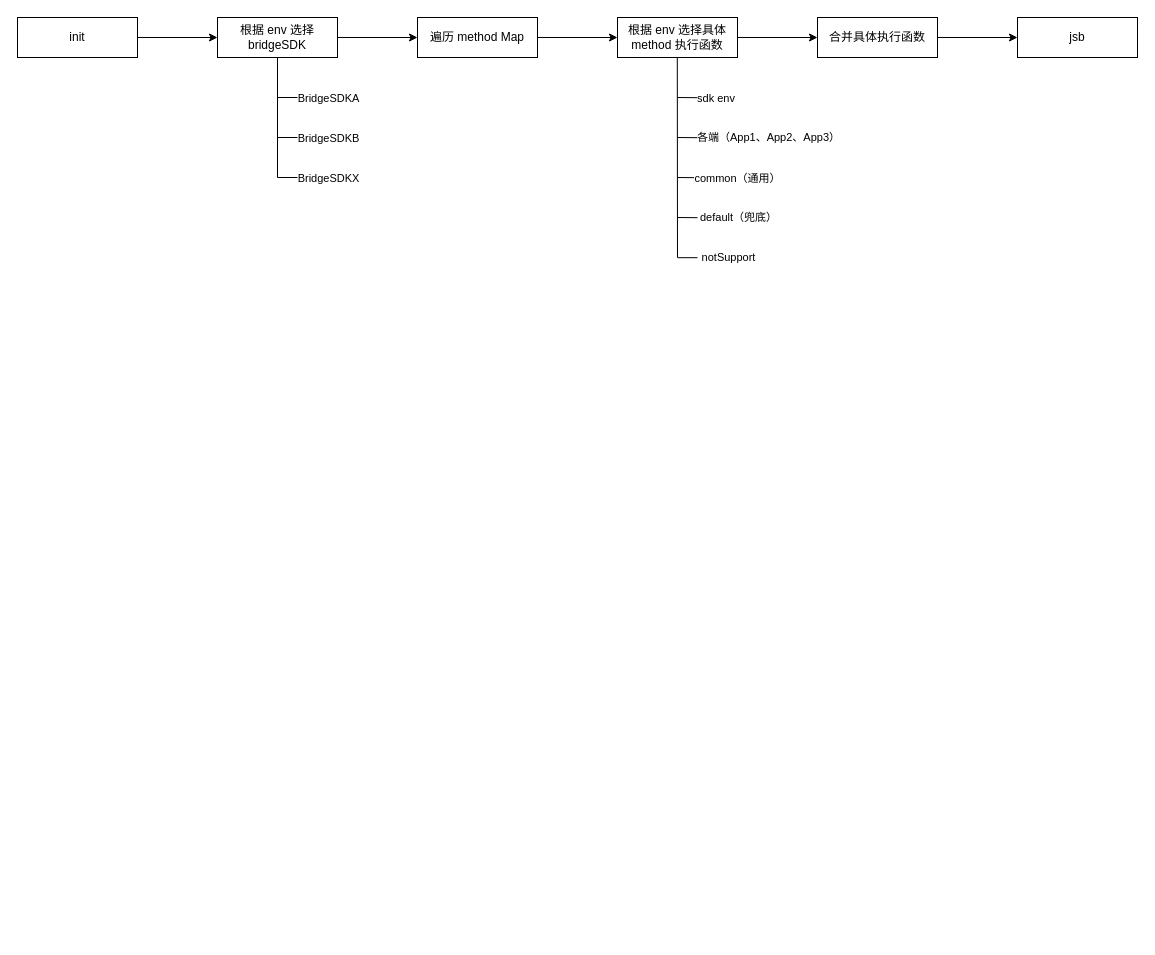
This is JSBridge.drawio from W4yneChen/draw, a draw.io file, before an edit. Source tidied: cells renumbered, new cells numbered last; positions are measured from the earlier drawing's top-left corner, leaving out a move shared by most shapes. Both pictures are drawn from the tidied source at 100%, with x=0, y=0 at pixel (17, 17).
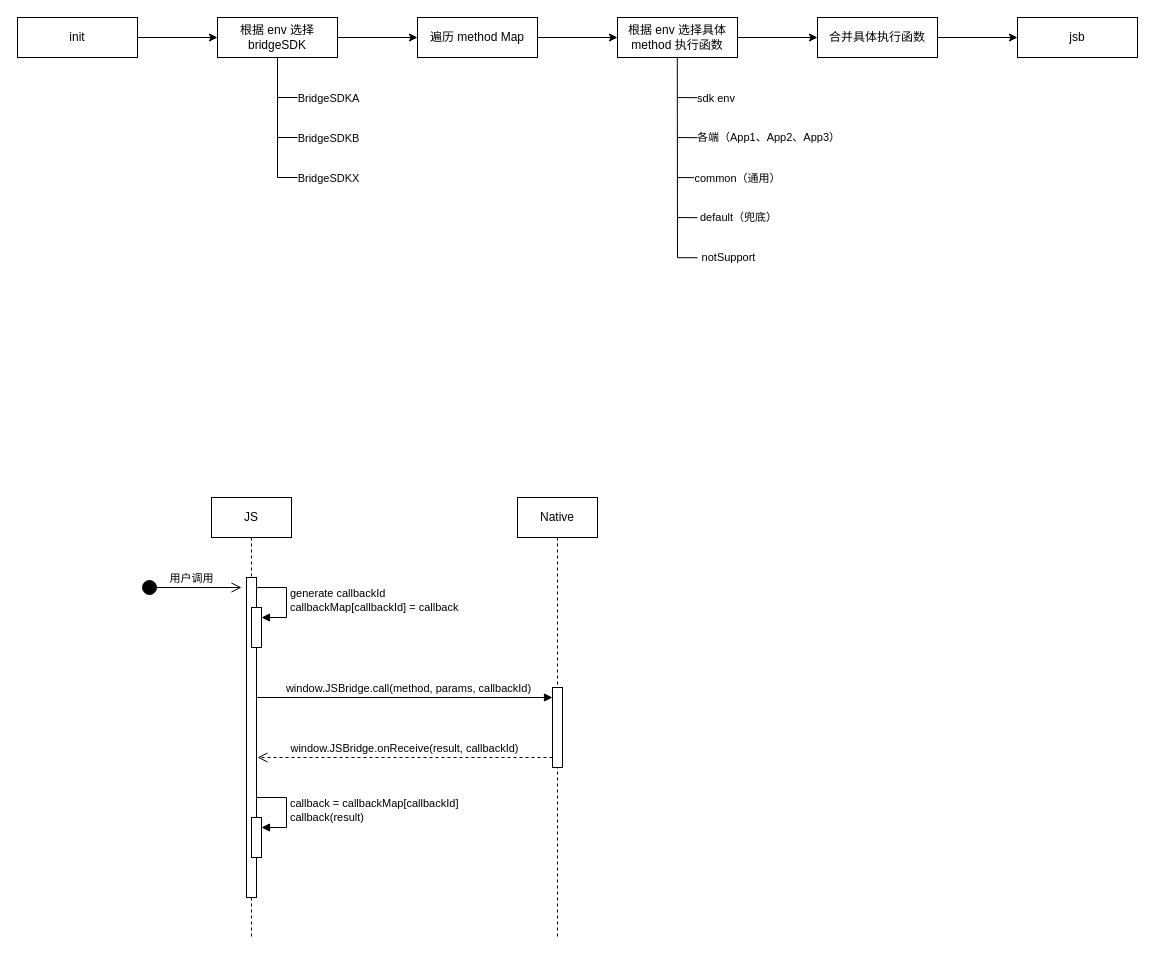
The same page after the edit.

Diff of the diagram source:
```diff
@@
+    <mxCell id="31" value="JS" style="shape=umlLifeline;perimeter=lifelinePerimeter;whiteSpace=wrap;html=1;newEdgeStyle={&quot;edgeStyle&quot;:&quot;elbowEdgeStyle&quot;,&quot;elbow&quot;:&quot;vertical&quot;,&quot;curved&quot;:0,&quot;rounded&quot;:0};" parent="1" vertex="1">
+      <mxGeometry x="194" y="480" width="80" height="440" as="geometry" />
+    </mxCell>
+    <mxCell id="32" style="html=1;perimeter=orthogonalPerimeter;targetShapes=umlLifeline;newEdgeStyle={&quot;edgeStyle&quot;:&quot;elbowEdgeStyle&quot;,&quot;elbow&quot;:&quot;vertical&quot;,&quot;curved&quot;:0,&quot;rounded&quot;:0};" parent="31" vertex="1">
+      <mxGeometry x="35" y="80" width="10" height="320" as="geometry" />
+    </mxCell>
+    <mxCell id="33" style="html=1;points=[];perimeter=orthogonalPerimeter;outlineConnect=0;targetShapes=umlLifeline;portConstraint=eastwest;newEdgeStyle={&quot;edgeStyle&quot;:&quot;elbowEdgeStyle&quot;,&quot;elbow&quot;:&quot;vertical&quot;,&quot;curved&quot;:0,&quot;rounded&quot;:0};" parent="31" vertex="1">
+      <mxGeometry x="40" y="110" width="10" height="40" as="geometry" />
+    </mxCell>
+    <mxCell id="34" value="generate callbackId&lt;br&gt;callbackMap[callbackId] = callback" style="html=1;align=left;spacingLeft=2;endArrow=block;rounded=0;edgeStyle=orthogonalEdgeStyle;curved=0;rounded=0;" parent="31" edge="1" target="33">
+      <mxGeometry relative="1" as="geometry">
+        <mxPoint x="45" y="90" as="sourcePoint" />
+        <Array as="points">
+          <mxPoint x="75" y="120" />
+        </Array>
+      </mxGeometry>
+    </mxCell>
+    <mxCell id="35" style="html=1;points=[];perimeter=orthogonalPerimeter;outlineConnect=0;targetShapes=umlLifeline;portConstraint=eastwest;newEdgeStyle={&quot;edgeStyle&quot;:&quot;elbowEdgeStyle&quot;,&quot;elbow&quot;:&quot;vertical&quot;,&quot;curved&quot;:0,&quot;rounded&quot;:0};" parent="31" vertex="1">
+      <mxGeometry x="40" y="320" width="10" height="40" as="geometry" />
+    </mxCell>
+    <mxCell id="36" value="callback = callbackMap[callbackId]&lt;br&gt;callback(result)" style="html=1;align=left;spacingLeft=2;endArrow=block;rounded=0;edgeStyle=orthogonalEdgeStyle;curved=0;rounded=0;" parent="31" edge="1" target="35">
+      <mxGeometry relative="1" as="geometry">
+        <mxPoint x="45" y="300" as="sourcePoint" />
+        <Array as="points">
+          <mxPoint x="75" y="330" />
+        </Array>
+      </mxGeometry>
+    </mxCell>
+    <mxCell id="37" value="Native" style="shape=umlLifeline;perimeter=lifelinePerimeter;whiteSpace=wrap;html=1;newEdgeStyle={&quot;edgeStyle&quot;:&quot;elbowEdgeStyle&quot;,&quot;elbow&quot;:&quot;vertical&quot;,&quot;curved&quot;:0,&quot;rounded&quot;:0};" parent="1" vertex="1">
+      <mxGeometry x="500" y="480" width="80" height="440" as="geometry" />
+    </mxCell>
+    <mxCell id="38" style="html=1;perimeter=orthogonalPerimeter;targetShapes=umlLifeline;newEdgeStyle={&quot;edgeStyle&quot;:&quot;elbowEdgeStyle&quot;,&quot;elbow&quot;:&quot;vertical&quot;,&quot;curved&quot;:0,&quot;rounded&quot;:0};" parent="37" vertex="1">
+      <mxGeometry x="35" y="190" width="10" height="80" as="geometry" />
+    </mxCell>
+    <mxCell id="39" value="用户调用" style="html=1;verticalAlign=bottom;startArrow=circle;startFill=1;endArrow=open;startSize=6;endSize=8;edgeStyle=elbowEdgeStyle;elbow=vertical;curved=0;rounded=0;" parent="1" edge="1">
+      <mxGeometry relative="1" as="geometry">
+        <mxPoint x="124" y="570" as="sourcePoint" />
+        <mxPoint x="224" y="570.2" as="targetPoint" />
+        <Array as="points">
+          <mxPoint x="104" y="570" />
+        </Array>
+      </mxGeometry>
+    </mxCell>
+    <mxCell id="40" value="&lt;div&gt;&lt;div class=&quot;old-record-id-Atigdmb5oogznvxZklyccYrrn9i&quot; style=&quot;&quot;&gt;window.JSBridge.onReceive(result, callbackId)&lt;/div&gt;&lt;/div&gt;" style="html=1;verticalAlign=bottom;endArrow=open;dashed=1;endSize=8;edgeStyle=elbowEdgeStyle;elbow=vertical;curved=0;rounded=0;" parent="1" edge="1">
+      <mxGeometry relative="1" as="geometry">
+        <mxPoint x="535" y="740" as="sourcePoint" />
+        <mxPoint x="240" y="740" as="targetPoint" />
+        <Array as="points">
+          <mxPoint x="440" y="740" />
+        </Array>
+      </mxGeometry>
+    </mxCell>
+    <mxCell id="41" value="&lt;div&gt;&lt;div class=&quot;old-record-id-Atigdmb5oogznvxZklyccYrrn9i&quot; style=&quot;&quot;&gt;window.JSBridge.call(method, params, callbackId)&lt;/div&gt;&lt;/div&gt;" style="html=1;verticalAlign=bottom;endArrow=block;edgeStyle=elbowEdgeStyle;elbow=vertical;curved=0;rounded=0;" parent="1" edge="1">
+      <mxGeometry x="0.44" relative="1" as="geometry">
+        <mxPoint x="460" y="680" as="sourcePoint" />
+        <mxPoint x="535" y="680" as="targetPoint" />
+        <Array as="points">
+          <mxPoint x="240" y="680" />
+        </Array>
+      </mxGeometry>
+    </mxCell>
```
